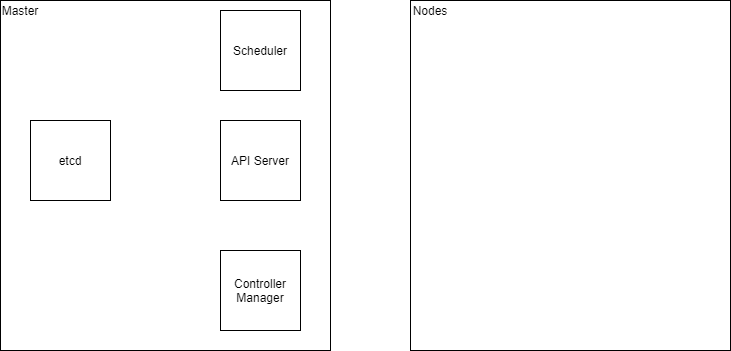
Above: images/Kubernetes-detailed.png in malliparitala/kubernetes-samples (draw.io), before the change. Source tidied: cells renumbered, new cells last; positions are measured from the earlier drawing's top-left corner, leaving out a move shared by most shapes.
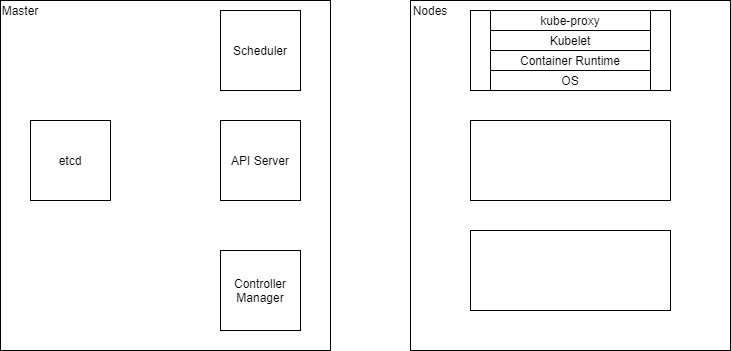
The same file after the commit.

The edit, as a diff of the source:
```diff
@@ -26,5 +26,26 @@
     <mxCell id="9" value="Nodes" style="text;html=1;strokeColor=none;fillColor=none;align=center;verticalAlign=middle;whiteSpace=wrap;rounded=0;" parent="1" vertex="1">
       <mxGeometry x="410" width="40" height="20" as="geometry" />
     </mxCell>
+    <mxCell id="10" style="rounded=0;whiteSpace=wrap;html=1;" parent="1" vertex="1">
+      <mxGeometry x="470" y="10" width="200" height="80" as="geometry" />
+    </mxCell>
+    <mxCell id="11" style="rounded=0;whiteSpace=wrap;html=1;" parent="1" vertex="1">
+      <mxGeometry x="470" y="120" width="200" height="80" as="geometry" />
+    </mxCell>
+    <mxCell id="12" style="rounded=0;whiteSpace=wrap;html=1;" parent="1" vertex="1">
+      <mxGeometry x="470" y="230" width="200" height="80" as="geometry" />
+    </mxCell>
+    <mxCell id="13" value="OS" style="rounded=0;whiteSpace=wrap;html=1;" parent="1" vertex="1">
+      <mxGeometry x="490" y="70" width="160" height="20" as="geometry" />
+    </mxCell>
+    <mxCell id="14" value="Container Runtime" style="rounded=0;whiteSpace=wrap;html=1;" parent="1" vertex="1">
+      <mxGeometry x="490" y="50" width="160" height="20" as="geometry" />
+    </mxCell>
+    <mxCell id="15" value="Kubelet" style="rounded=0;whiteSpace=wrap;html=1;" parent="1" vertex="1">
+      <mxGeometry x="490" y="30" width="160" height="20" as="geometry" />
+    </mxCell>
+    <mxCell id="16" value="kube-proxy" style="rounded=0;whiteSpace=wrap;html=1;" parent="1" vertex="1">
+      <mxGeometry x="490" y="10" width="160" height="20" as="geometry" />
+    </mxCell>
   </root>
 </mxGraphModel>
```
